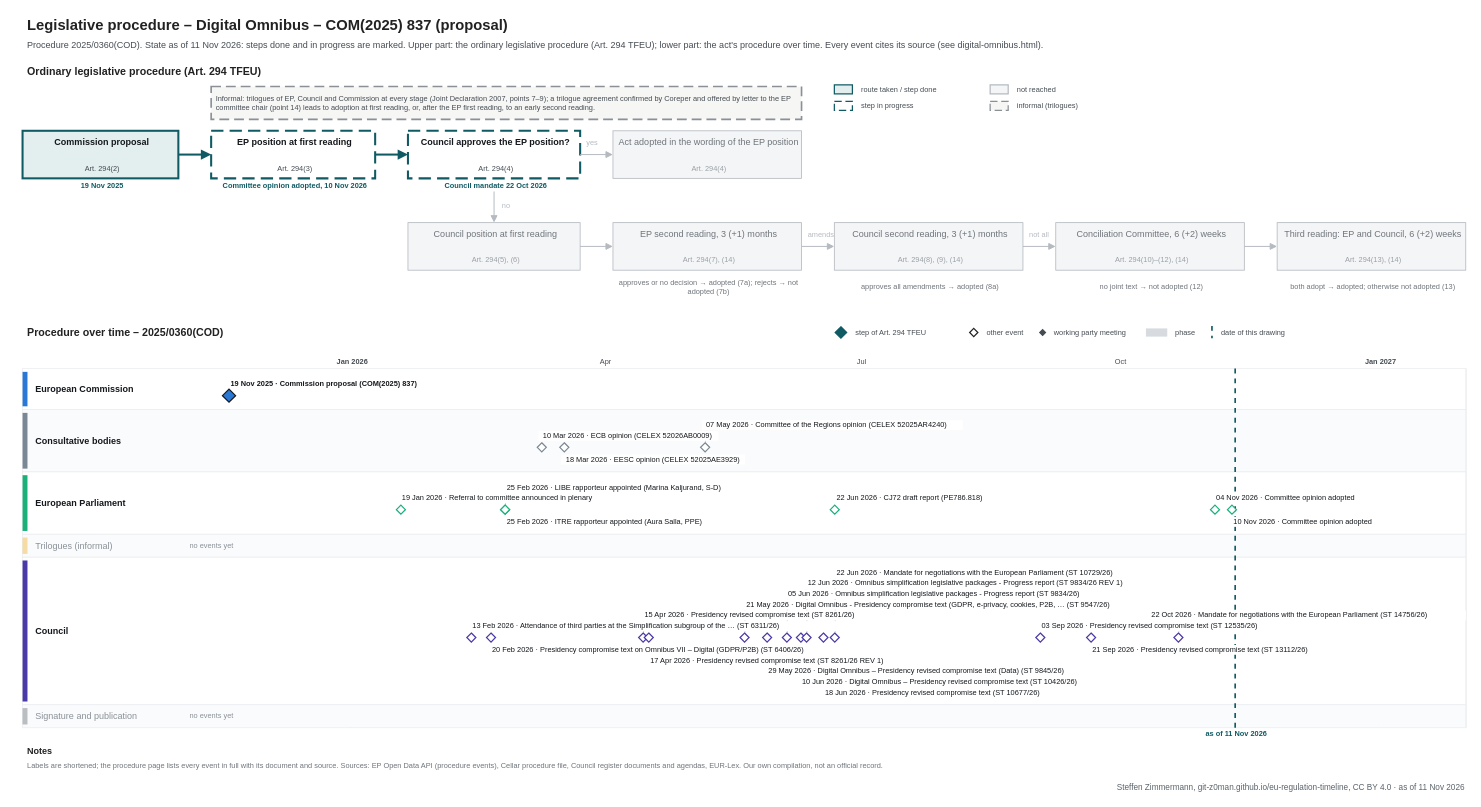
Above: procedures/digital-omnibus.drawio in git-z0man/eu-regulation-timeline (draw.io), before the change. Source tidied: cells renumbered, new cells numbered last; positions are measured from the earlier drawing's top-left corner, leaving out a move shared by most shapes. Both pictures are drawn from the tidied source at 82%, with x=0, y=0 at pixel (14, 14).
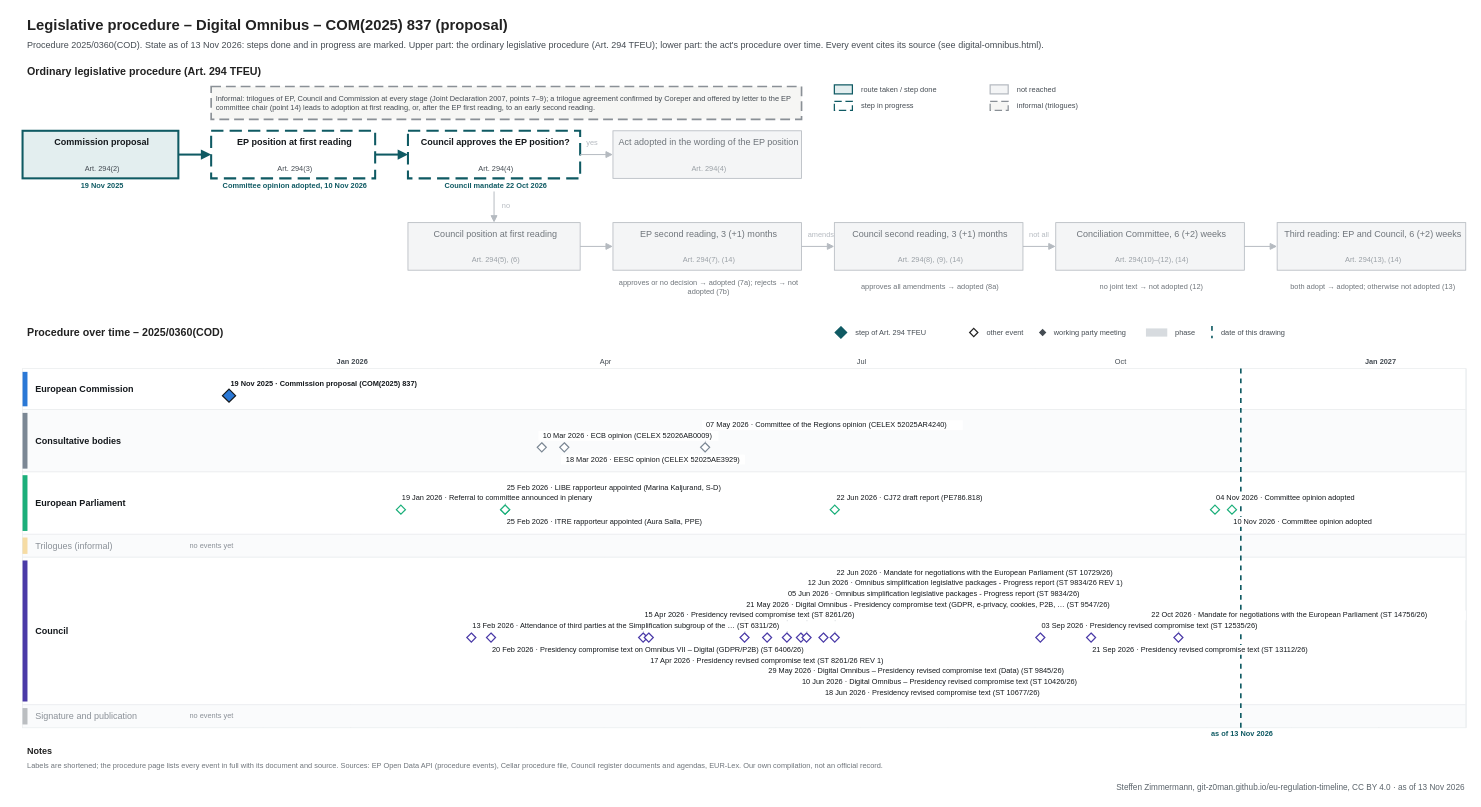
After the change.

Diff of the diagram source:
```diff
@@
-    <mxCell id="3" value="Procedure 2025/0360(COD). State as of 11 Nov 2026: steps done and in progress are marked. Upper part: the ordinary legislative procedure (Art. 294 TFEU); lower part: the act's procedure over time. Every event cites its source (see digital-omnibus.html)." style="text;html=1;fontSize=11;fontColor=#454c53;align=left;verticalAlign=middle;spacingLeft=4;" parent="1" vertex="1">
+    <mxCell id="3" value="Procedure 2025/0360(COD). State as of 13 Nov 2026: steps done and in progress are marked. Upper part: the ordinary legislative procedure (Art. 294 TFEU); lower part: the act's procedure over time. Every event cites its source (see digital-omnibus.html)." style="text;html=1;fontSize=11;fontColor=#454c53;align=left;verticalAlign=middle;spacingLeft=4;" parent="1" vertex="1">
       <mxGeometry x="10" y="28" width="1700" height="18" as="geometry" />
     </mxCell>
@@
     <mxCell id="113" style="line;html=1;strokeWidth=2;strokeColor=#0f5a63;direction=south;dashed=1;" parent="1" vertex="1">
-      <mxGeometry x="1488.3" y="432" width="1" height="438" as="geometry" />
+      <mxGeometry x="1495.2" y="432" width="1" height="438" as="geometry" />
     </mxCell>
-    <mxCell id="114" value="as of 11 Nov 2026" style="text;html=1;fontSize=9;fontColor=#0f5a63;align=center;verticalAlign=middle;spacingLeft=4;fontStyle=1;" parent="1" vertex="1">
-      <mxGeometry x="1428.3" y="871" width="120" height="12" as="geometry" />
+    <mxCell id="114" value="as of 13 Nov 2026" style="text;html=1;fontSize=9;fontColor=#0f5a63;align=center;verticalAlign=middle;spacingLeft=4;fontStyle=1;" parent="1" vertex="1">
+      <mxGeometry x="1435.2" y="871" width="120" height="12" as="geometry" />
     </mxCell>
@@
-    <mxCell id="177" value="Steffen Zimmermann, git-z0man.github.io/eu-regulation-timeline, CC BY 4.0 · as of 11 Nov 2026" style="text;html=1;fontSize=10;fontColor=#5b646b;align=right;verticalAlign=middle;spacingLeft=4;" parent="1" vertex="1">
+    <mxCell id="177" value="Steffen Zimmermann, git-z0man.github.io/eu-regulation-timeline, CC BY 4.0 · as of 13 Nov 2026" style="text;html=1;fontSize=10;fontColor=#5b646b;align=right;verticalAlign=middle;spacingLeft=4;" parent="1" vertex="1">
       <mxGeometry x="10" y="934" width="1760" height="16" as="geometry" />
     </mxCell>
```
